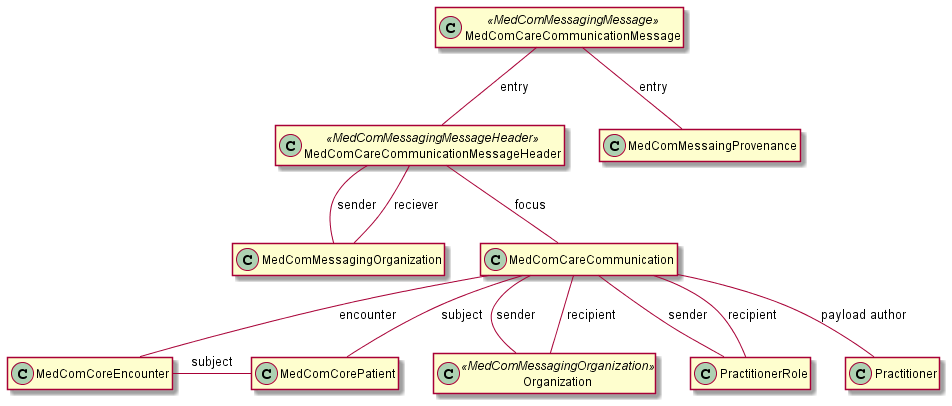
Above: input/images/carecommunication/CareCommunication.png in medcomdk/dk-medcom-carecommunication (PlantUML), before the change.
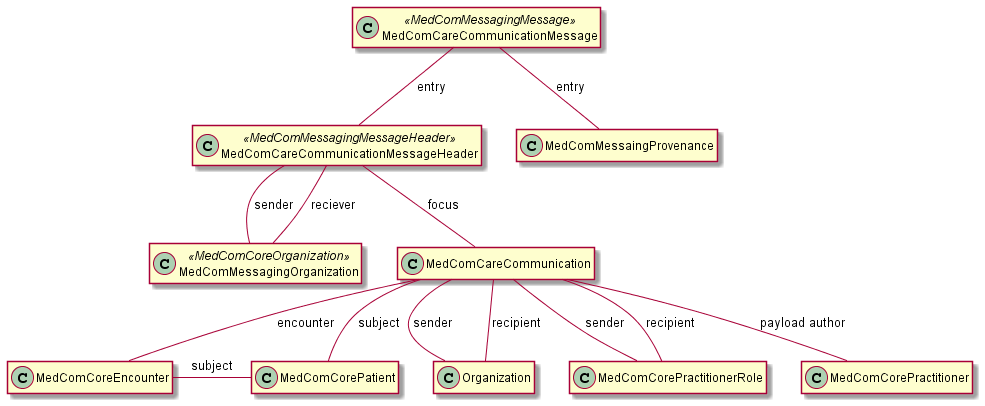
The same file after the commit.

The edit, as a diff of the source:
```diff
@@ -5,13 +5,13 @@
 class "MedComCareCommunicationMessage" as message <<MedComMessagingMessage>>
 class "MedComCareCommunicationMessageHeader" as messageheader <<MedComMessagingMessageHeader>>
 class "MedComMessaingProvenance" as provenance
-class "MedComMessagingOrganization" as messagingOrganization
+class "MedComMessagingOrganization" as messagingOrganization <<MedComCoreOrganization>>
 class "MedComCareCommunication" as communication
 class "MedComCorePatient" as patient
 class "MedComCoreEncounter" as encounter
-class "Organization" as recipientOrganization <<MedComMessagingOrganization>>
-class "PractitionerRole" as recipientRole
-class "Practitioner" as author
+class "Organization" as recipientOrganization
+class "MedComCorePractitionerRole" as recipientRole
+class "MedComCorePractitioner" as author
 
 message -- messageheader : "entry"
 message -- provenance : "entry"
```
